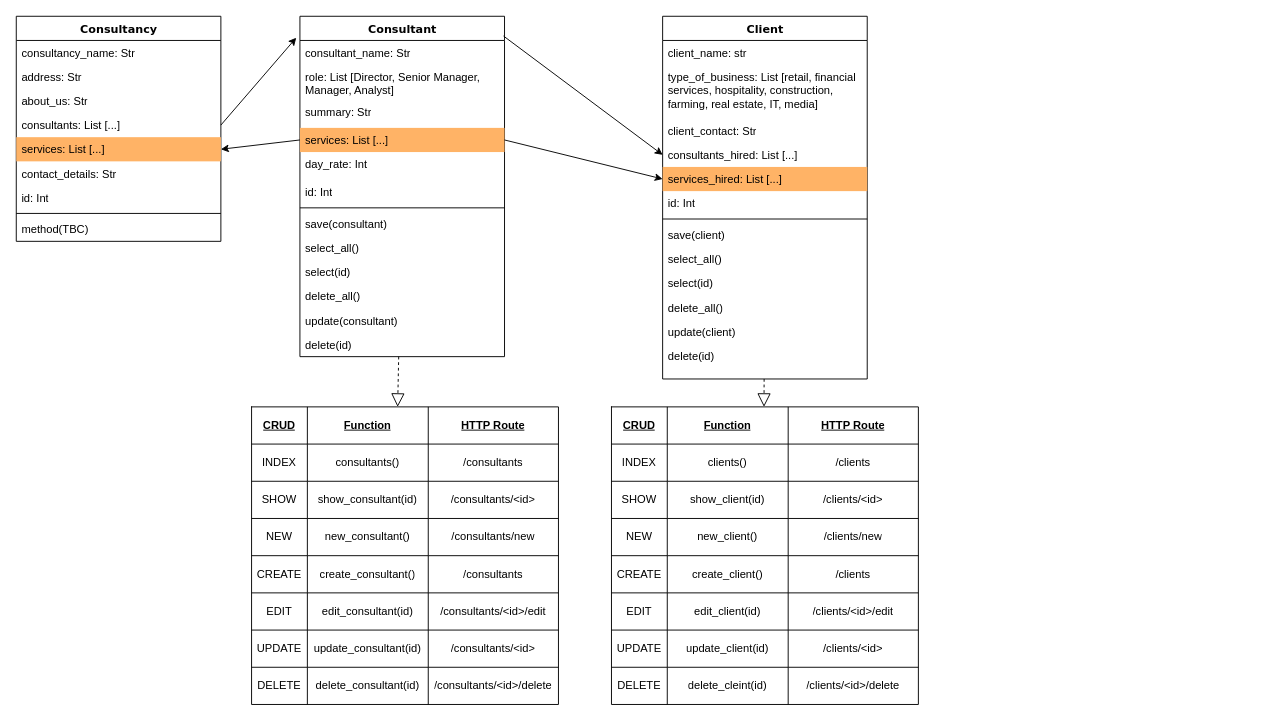
The draw.io diagram planning/Class Diagrams.drawio in michaelmccoll/Project_Secure_Design, before the edit. Source tidied: cells renumbered, new cells numbered last; positions are measured from the earlier drawing's top-left corner, leaving out a move shared by most shapes. Both pictures are drawn from the tidied source at 93%, with x=0, y=0 at pixel (16, 16).
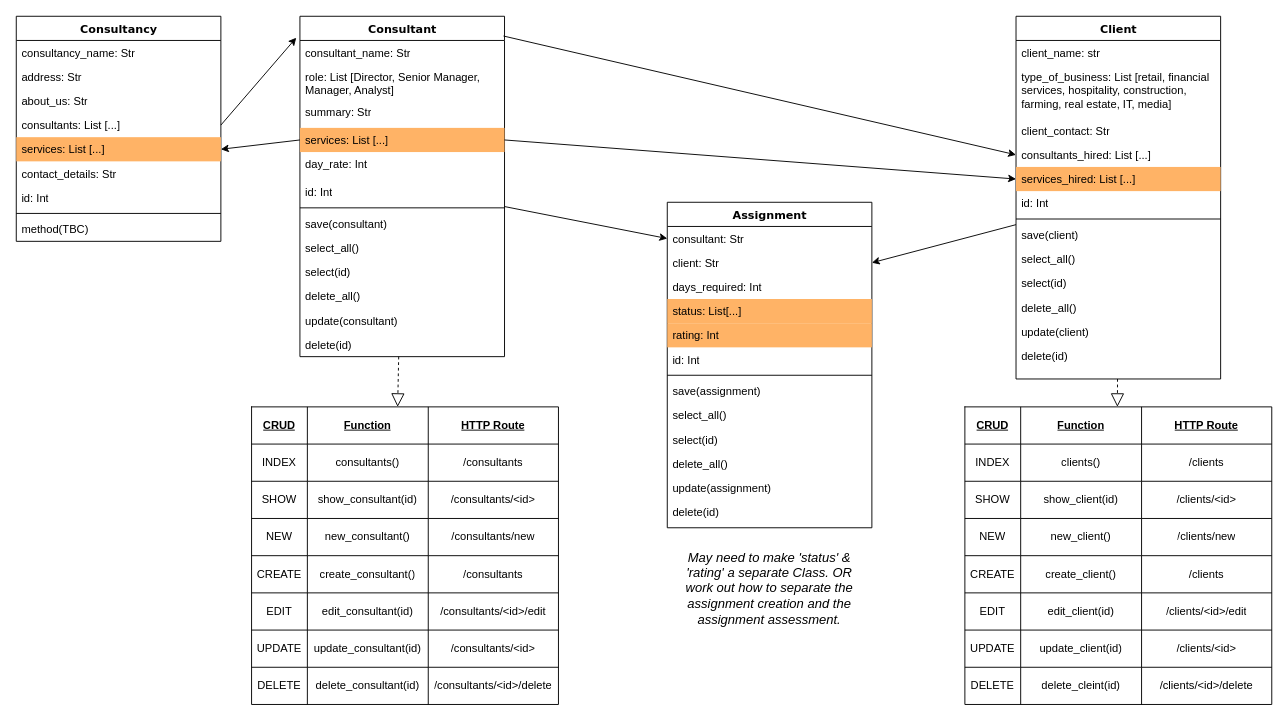
Above is the later version.

Commit message (it also covers changes not shown here):
Created assignment controller, repository & HTML files

The change refers to these unchanged cells:
```xml
<mxCell id="26" value="Consultant" style="swimlane;html=1;fontStyle=1;align=center;verticalAlign=top;horizontal=1;startSize=26;swimlaneFillColor=#ffffff;rounded=0;shadow=0;comic=0;labelBackgroundColor=none;strokeWidth=1;fillColor=none;fontFamily=Verdana;fontSize=12;" parent="1" vertex="1">
  <mxGeometry x="305" width="220" height="366" as="geometry" />
</mxCell>
```

Change to the diagram source:
```diff
@@
     <mxCell id="2" value="Client" style="swimlane;html=1;fontStyle=1;align=center;verticalAlign=top;horizontal=1;startSize=26;swimlaneFillColor=#ffffff;rounded=0;shadow=0;comic=0;labelBackgroundColor=none;strokeWidth=1;fillColor=none;fontFamily=Verdana;fontSize=12;" parent="1" vertex="1">
-      <mxGeometry x="695" width="220" height="390" as="geometry" />
+      <mxGeometry x="1075" width="220" height="390" as="geometry" />
     </mxCell>
@@
     <mxCell id="77" style="shape=table;html=1;whiteSpace=wrap;startSize=0;childLayout=tableLayout;" parent="1" vertex="1">
-      <mxGeometry x="640" y="420" width="330" height="320" as="geometry" />
+      <mxGeometry x="1020" y="420" width="330" height="320" as="geometry" />
     </mxCell>
@@
+    <mxCell id="112" value="Assignment" style="swimlane;html=1;fontStyle=1;align=center;verticalAlign=top;horizontal=1;startSize=26;swimlaneFillColor=#ffffff;rounded=0;shadow=0;comic=0;labelBackgroundColor=none;strokeWidth=1;fillColor=none;fontFamily=Verdana;fontSize=12;" parent="1" vertex="1">
+      <mxGeometry x="700" y="200" width="220" height="350" as="geometry" />
+    </mxCell>
+    <mxCell id="113" value="consultant: Str" style="text;html=1;strokeColor=none;fillColor=none;align=left;verticalAlign=top;spacingLeft=4;spacingRight=4;whiteSpace=wrap;overflow=hidden;points=[[0,0.5],[1,0.5]];portConstraint=eastwest;" parent="112" vertex="1">
+      <mxGeometry y="26" width="220" height="26" as="geometry" />
+    </mxCell>
+    <mxCell id="114" value="client: Str" style="text;html=1;strokeColor=none;fillColor=none;align=left;verticalAlign=top;spacingLeft=4;spacingRight=4;whiteSpace=wrap;overflow=hidden;points=[[0,0.5],[1,0.5]];portConstraint=eastwest;" parent="112" vertex="1">
+      <mxGeometry y="52" width="220" height="26" as="geometry" />
+    </mxCell>
+    <mxCell id="115" value="days_required: Int" style="text;html=1;strokeColor=none;fillColor=none;align=left;verticalAlign=top;spacingLeft=4;spacingRight=4;whiteSpace=wrap;overflow=hidden;" parent="112" vertex="1">
+      <mxGeometry y="78" width="220" height="26" as="geometry" />
+    </mxCell>
+    <mxCell id="116" value="status: List[...]" style="text;html=1;strokeColor=none;fillColor=#FFB366;align=left;verticalAlign=top;spacingLeft=4;spacingRight=4;whiteSpace=wrap;overflow=hidden;" parent="112" vertex="1">
+      <mxGeometry y="104" width="220" height="26" as="geometry" />
+    </mxCell>
+    <mxCell id="117" value="rating: Int" style="text;html=1;strokeColor=none;fillColor=#FFB366;align=left;verticalAlign=top;spacingLeft=4;spacingRight=4;whiteSpace=wrap;overflow=hidden;" parent="112" vertex="1">
+      <mxGeometry y="130" width="220" height="26" as="geometry" />
+    </mxCell>
+    <mxCell id="118" value="id: Int" style="text;html=1;strokeColor=none;fillColor=none;align=left;verticalAlign=top;spacingLeft=4;spacingRight=4;whiteSpace=wrap;overflow=hidden;" parent="112" vertex="1">
+      <mxGeometry y="156" width="220" height="26" as="geometry" />
+    </mxCell>
+    <mxCell id="119" style="line;html=1;strokeWidth=1;fillColor=none;align=left;verticalAlign=middle;spacingTop=-1;spacingLeft=3;spacingRight=3;labelPosition=right;" parent="112" vertex="1">
+      <mxGeometry y="182" width="220" height="8" as="geometry" />
+    </mxCell>
+    <mxCell id="120" value="save(assignment)" style="text;html=1;strokeColor=none;fillColor=none;align=left;verticalAlign=top;spacingLeft=4;spacingRight=4;whiteSpace=wrap;overflow=hidden;" parent="112" vertex="1">
+      <mxGeometry y="190" width="220" height="26" as="geometry" />
+    </mxCell>
+    <mxCell id="121" value="select_all()" style="text;html=1;strokeColor=none;fillColor=none;align=left;verticalAlign=top;spacingLeft=4;spacingRight=4;whiteSpace=wrap;overflow=hidden;" parent="112" vertex="1">
+      <mxGeometry y="216" width="220" height="26" as="geometry" />
+    </mxCell>
+    <mxCell id="122" value="select(id)" style="text;html=1;strokeColor=none;fillColor=none;align=left;verticalAlign=top;spacingLeft=4;spacingRight=4;whiteSpace=wrap;overflow=hidden;" parent="112" vertex="1">
+      <mxGeometry y="242" width="220" height="26" as="geometry" />
+    </mxCell>
+    <mxCell id="123" value="delete_all()" style="text;html=1;strokeColor=none;fillColor=none;align=left;verticalAlign=top;spacingLeft=4;spacingRight=4;whiteSpace=wrap;overflow=hidden;" parent="112" vertex="1">
+      <mxGeometry y="268" width="220" height="26" as="geometry" />
+    </mxCell>
+    <mxCell id="124" value="update(assignment)" style="text;html=1;strokeColor=none;fillColor=none;align=left;verticalAlign=top;spacingLeft=4;spacingRight=4;whiteSpace=wrap;overflow=hidden;" parent="112" vertex="1">
+      <mxGeometry y="294" width="220" height="26" as="geometry" />
+    </mxCell>
+    <mxCell id="125" value="delete(id)" style="text;html=1;strokeColor=none;fillColor=none;align=left;verticalAlign=top;spacingLeft=4;spacingRight=4;whiteSpace=wrap;overflow=hidden;" parent="112" vertex="1">
+      <mxGeometry y="320" width="220" height="26" as="geometry" />
+    </mxCell>
+    <mxCell id="126" style="endArrow=classic;html=1;entryX=0;entryY=0.5;entryDx=0;entryDy=0;" parent="1" edge="1" source="26" target="113">
+      <mxGeometry relative="1" as="geometry" />
+    </mxCell>
+    <mxCell id="127" style="endArrow=classic;html=1;entryX=1;entryY=0.5;entryDx=0;entryDy=0;" parent="1" edge="1" source="2" target="114">
+      <mxGeometry relative="1" as="geometry" />
+    </mxCell>
+    <mxCell id="128" value="May need to make 'status' &amp;amp; 'rating' a separate Class. OR work out how to separate the assignment creation and the assignment assessment." style="text;html=1;strokeColor=none;fillColor=none;align=center;verticalAlign=middle;whiteSpace=wrap;rounded=0;fontSize=14;fontStyle=2;" parent="1" vertex="1">
+      <mxGeometry x="710" y="570" width="200" height="90" as="geometry" />
+    </mxCell>
```
